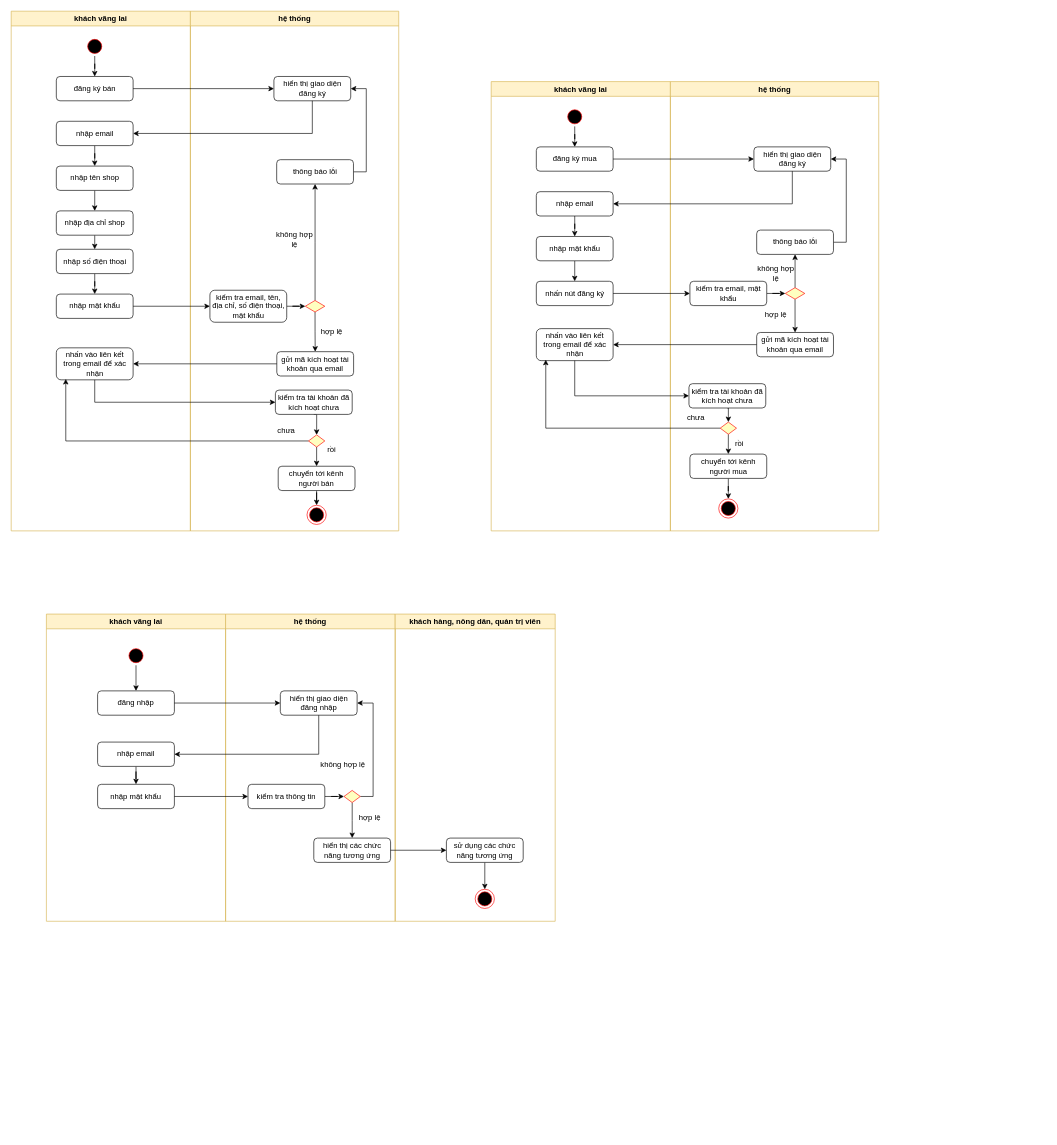
This is activityDiagram.drawio from nhuthinh0258/Usecase, a draw.io file, before an edit. Source tidied: cells renumbered, new cells numbered last; positions are measured from the earlier drawing's top-left corner, leaving out a move shared by most shapes. Both pictures are drawn from the tidied source at 64%, with x=0, y=0 at pixel (11, 11).
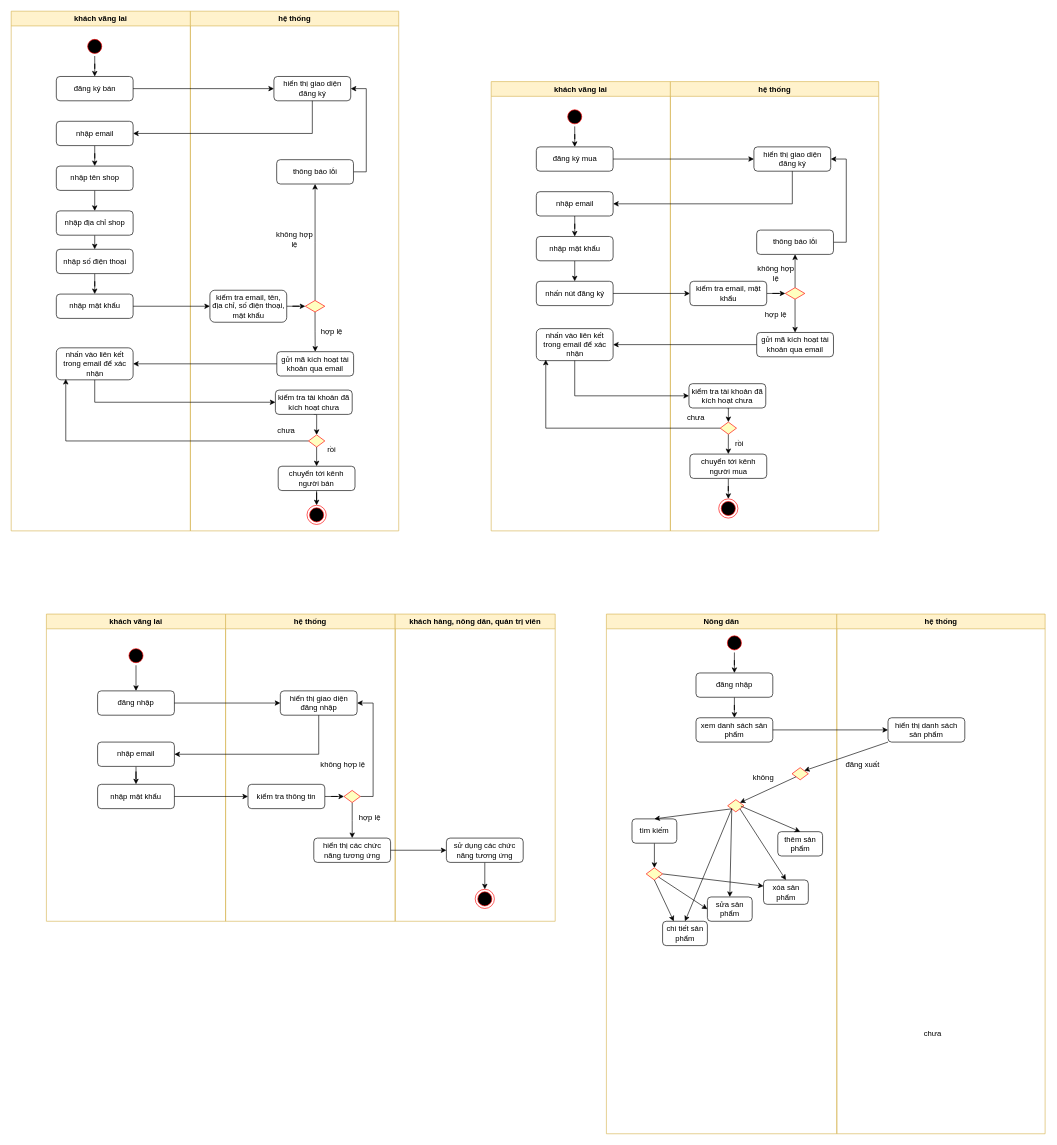
The same diagram, later.

Commit message:
Cập nhật activityDiagram.drawio

What changed in the source:
```diff
@@
+    <mxCell id="105" value="Nông dân" style="swimlane;whiteSpace=wrap;fillColor=#fff2cc;strokeColor=#d6b656;" parent="1" vertex="1">
+      <mxGeometry x="930" y="942" width="360" height="812" as="geometry" />
+    </mxCell>
+    <mxCell id="106" style="edgeStyle=orthogonalEdgeStyle;rounded=0;jettySize=auto;html=1;" parent="105" edge="1" source="107" target="109">
+      <mxGeometry relative="1" as="geometry" />
+    </mxCell>
+    <mxCell id="107" style="ellipse;shape=startState;fillColor=#000000;strokeColor=#ff0000;" parent="105" vertex="1">
+      <mxGeometry x="185" y="30" width="30" height="30" as="geometry" />
+    </mxCell>
+    <mxCell id="108" style="edgeStyle=orthogonalEdgeStyle;rounded=0;jettySize=auto;html=1;" parent="105" edge="1" source="109" target="110">
+      <mxGeometry relative="1" as="geometry" />
+    </mxCell>
+    <mxCell id="109" value="đăng nhập" style="rounded=1;whiteSpace=wrap;html=1;" parent="105" vertex="1">
+      <mxGeometry x="140" y="92" width="120" height="38" as="geometry" />
+    </mxCell>
+    <mxCell id="110" value="xem danh sách sản phẩm" style="rounded=1;whiteSpace=wrap;html=1;" parent="105" vertex="1">
+      <mxGeometry x="140" y="162" width="120" height="38" as="geometry" />
+    </mxCell>
+    <mxCell id="111" style="rhombus;fillColor=#ffffc0;strokeColor=#ff0000;" parent="105" vertex="1">
+      <mxGeometry x="290" y="240" width="25.5" height="19" as="geometry" />
+    </mxCell>
+    <mxCell id="112" style="rhombus;fillColor=#ffffc0;strokeColor=#ff0000;" parent="105" vertex="1">
+      <mxGeometry x="189.5" y="290" width="25.5" height="19" as="geometry" />
+    </mxCell>
+    <mxCell id="113" style="endArrow=classic;html=1;rounded=0;exitX=0;exitY=1;exitDx=0;exitDy=0;entryX=1;entryY=0;entryDx=0;entryDy=0;" parent="105" edge="1" source="111" target="112">
+      <mxGeometry relative="1" as="geometry" />
+    </mxCell>
+    <mxCell id="114" style="edgeStyle=orthogonalEdgeStyle;rounded=0;jettySize=auto;html=1;" parent="105" edge="1" source="115" target="124">
+      <mxGeometry relative="1" as="geometry" />
+    </mxCell>
+    <mxCell id="115" value="tìm kiếm" style="rounded=1;whiteSpace=wrap;html=1;" parent="105" vertex="1">
+      <mxGeometry x="40" y="320" width="70" height="38" as="geometry" />
+    </mxCell>
+    <mxCell id="116" value="không" style="text;html=1;align=center;verticalAlign=middle;strokeColor=none;fillColor=none;" parent="105" vertex="1">
+      <mxGeometry x="215" y="240" width="60" height="30" as="geometry" />
+    </mxCell>
+    <mxCell id="117" value="thêm sản phẩm" style="rounded=1;whiteSpace=wrap;html=1;" parent="105" vertex="1">
+      <mxGeometry x="267.8" y="340" width="70" height="38" as="geometry" />
+    </mxCell>
+    <mxCell id="118" value="sửa sản phẩm" style="rounded=1;whiteSpace=wrap;html=1;" parent="105" vertex="1">
+      <mxGeometry x="157.8" y="442" width="70" height="38" as="geometry" />
+    </mxCell>
+    <mxCell id="119" style="endArrow=classic;html=1;rounded=0;exitX=0;exitY=1;exitDx=0;exitDy=0;entryX=0.5;entryY=0;entryDx=0;entryDy=0;" parent="105" edge="1" source="112" target="115">
+      <mxGeometry relative="1" as="geometry" />
+    </mxCell>
+    <mxCell id="120" style="endArrow=classic;html=1;rounded=0;exitX=0.804;exitY=0.526;exitDx=0;exitDy=0;entryX=0.5;entryY=0;entryDx=0;entryDy=0;exitPerimeter=0;" parent="105" edge="1" source="112" target="117">
+      <mxGeometry relative="1" as="geometry" />
+    </mxCell>
+    <mxCell id="121" value="xóa sản phẩm" style="rounded=1;whiteSpace=wrap;html=1;" parent="105" vertex="1">
+      <mxGeometry x="245.5" y="415.5" width="70" height="38" as="geometry" />
+    </mxCell>
+    <mxCell id="122" style="endArrow=classic;html=1;rounded=0;entryX=0.5;entryY=0;entryDx=0;entryDy=0;exitX=0;exitY=1;exitDx=0;exitDy=0;" parent="105" edge="1" source="112" target="118">
+      <mxGeometry relative="1" as="geometry" />
+    </mxCell>
+    <mxCell id="123" style="endArrow=classic;html=1;rounded=0;entryX=0.5;entryY=0;entryDx=0;entryDy=0;exitX=1;exitY=1;exitDx=0;exitDy=0;" parent="105" edge="1" source="112" target="121">
+      <mxGeometry relative="1" as="geometry" />
+    </mxCell>
+    <mxCell id="124" style="rhombus;fillColor=#ffffc0;strokeColor=#ff0000;" parent="105" vertex="1">
+      <mxGeometry x="62.2" y="396.5" width="25.5" height="19" as="geometry" />
+    </mxCell>
+    <mxCell id="125" value="chi tiết sản phẩm" style="rounded=1;whiteSpace=wrap;html=1;" parent="105" vertex="1">
+      <mxGeometry x="87.8" y="480" width="70" height="38" as="geometry" />
+    </mxCell>
+    <mxCell id="126" style="endArrow=classic;html=1;rounded=0;entryX=0.5;entryY=0;entryDx=0;entryDy=0;exitX=0;exitY=1;exitDx=0;exitDy=0;" parent="105" edge="1" source="112" target="125">
+      <mxGeometry relative="1" as="geometry" />
+    </mxCell>
+    <mxCell id="127" style="endArrow=classic;html=1;rounded=0;entryX=0.25;entryY=0;entryDx=0;entryDy=0;exitX=0.5;exitY=1;exitDx=0;exitDy=0;" parent="105" edge="1" source="124" target="125">
+      <mxGeometry relative="1" as="geometry" />
+    </mxCell>
+    <mxCell id="128" style="endArrow=classic;html=1;rounded=0;entryX=0;entryY=0.5;entryDx=0;entryDy=0;exitX=1;exitY=1;exitDx=0;exitDy=0;" parent="105" edge="1" source="124" target="118">
+      <mxGeometry relative="1" as="geometry" />
+    </mxCell>
+    <mxCell id="129" style="endArrow=classic;html=1;rounded=0;entryX=0;entryY=0.25;entryDx=0;entryDy=0;exitX=1;exitY=0.5;exitDx=0;exitDy=0;" parent="105" edge="1" source="124" target="121">
+      <mxGeometry relative="1" as="geometry" />
+    </mxCell>
+    <mxCell id="130" value="hệ thống" style="swimlane;whiteSpace=wrap;fillColor=#fff2cc;strokeColor=#d6b656;" parent="1" vertex="1">
+      <mxGeometry x="1290" y="942" width="325.5" height="812" as="geometry" />
+    </mxCell>
+    <mxCell id="131" value="chưa" style="text;html=1;strokeColor=none;fillColor=none;align=center;verticalAlign=middle;whiteSpace=wrap;rounded=0;" parent="130" vertex="1">
+      <mxGeometry x="119.5" y="640" width="60" height="30" as="geometry" />
+    </mxCell>
+    <mxCell id="132" value="hiển thị danh sách sản phẩm" style="rounded=1;whiteSpace=wrap;html=1;" parent="130" vertex="1">
+      <mxGeometry x="80" y="162" width="120" height="38" as="geometry" />
+    </mxCell>
+    <mxCell id="133" value="đăng xuất" style="text;html=1;align=center;verticalAlign=middle;strokeColor=none;fillColor=none;" parent="130" vertex="1">
+      <mxGeometry y="220" width="80" height="30" as="geometry" />
+    </mxCell>
+    <mxCell id="134" style="edgeStyle=orthogonalEdgeStyle;rounded=0;jettySize=auto;html=1;exitX=1;exitY=0.5;exitDx=0;exitDy=0;entryX=0;entryY=0.5;entryDx=0;entryDy=0;" parent="1" edge="1" source="110" target="132">
+      <mxGeometry relative="1" as="geometry" />
+    </mxCell>
+    <mxCell id="135" style="endArrow=classic;html=1;rounded=0;exitX=0;exitY=1;exitDx=0;exitDy=0;entryX=1;entryY=0;entryDx=0;entryDy=0;" parent="1" edge="1" source="132" target="111">
+      <mxGeometry relative="1" as="geometry" />
+    </mxCell>
```
